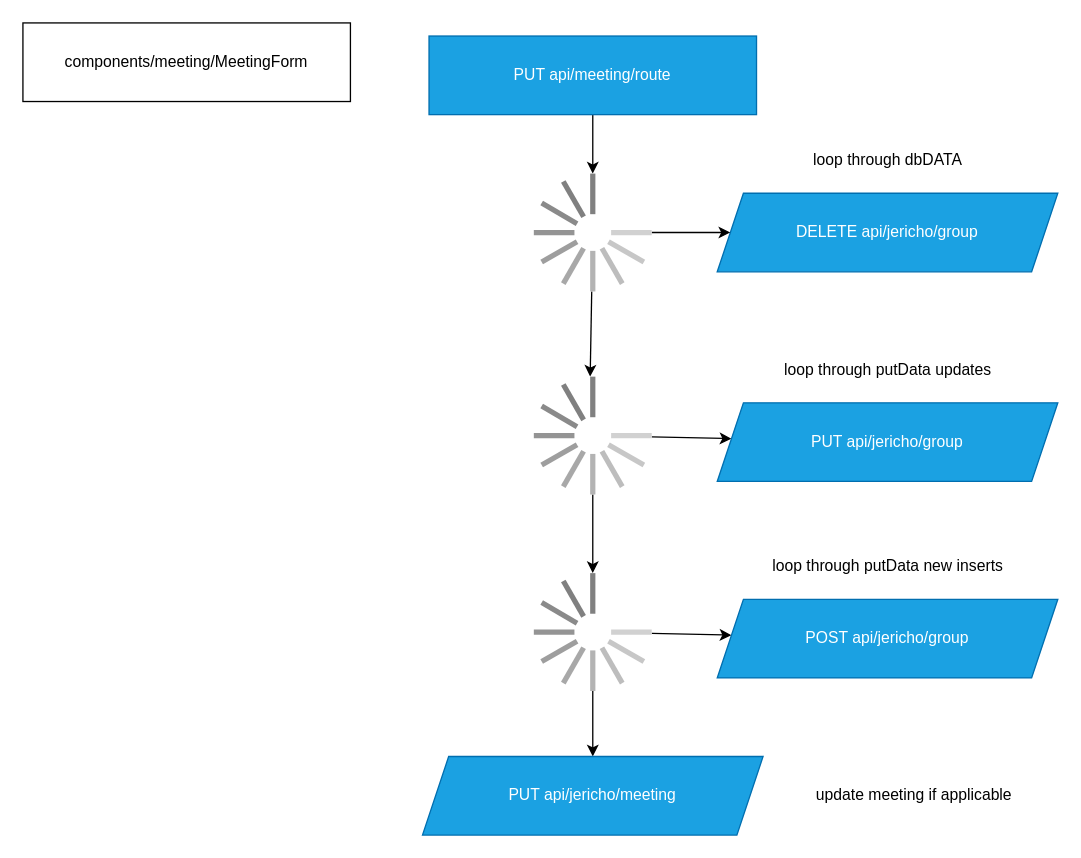
Before: page "Page-2" (2 of 2) of docs/meeterNext-MeetingGroups.drawio in danocolombo/meeterNextjs, a draw.io diagram. Source tidied: cells renumbered, new cells numbered last; positions are measured from the earlier drawing's top-left corner, leaving out a move shared by most shapes. Both pictures are drawn from the tidied source at 131%, with x=0, y=0 at pixel (22, 22).
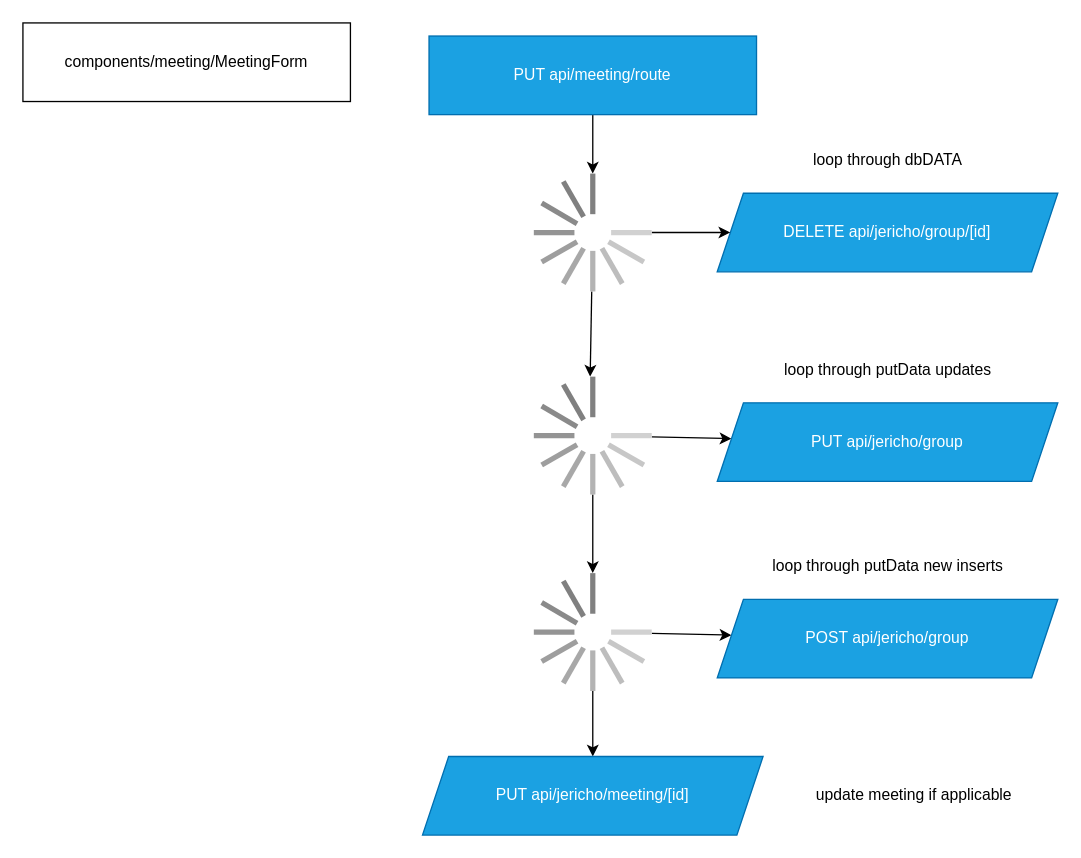
The same diagram, later.

Commit message (it also covers changes not shown here):
jericho api endpoint update work

The edit, as a diff of the source:
```diff
@@
-    <mxCell id="5" value="DELETE api/jericho/group" style="shape=parallelogram;perimeter=parallelogramPerimeter;whiteSpace=wrap;html=1;fixedSize=1;fillColor=#1ba1e2;strokeColor=#006EAF;fontColor=#ffffff;" parent="1" vertex="1">
+    <mxCell id="5" value="DELETE api/jericho/group/[id]" style="shape=parallelogram;perimeter=parallelogramPerimeter;whiteSpace=wrap;html=1;fixedSize=1;fillColor=#1ba1e2;strokeColor=#006EAF;fontColor=#ffffff;" parent="1" vertex="1">
       <mxGeometry x="530" y="130" width="260" height="60" as="geometry" />
     </mxCell>
@@
-    <mxCell id="20" value="PUT api/jericho/meeting" style="shape=parallelogram;perimeter=parallelogramPerimeter;whiteSpace=wrap;html=1;fixedSize=1;fillColor=#1ba1e2;strokeColor=#006EAF;fontColor=#ffffff;" parent="1" vertex="1">
+    <mxCell id="20" value="PUT api/jericho/meeting/[id]" style="shape=parallelogram;perimeter=parallelogramPerimeter;whiteSpace=wrap;html=1;fixedSize=1;fillColor=#1ba1e2;strokeColor=#006EAF;fontColor=#ffffff;" parent="1" vertex="1">
       <mxGeometry x="305" y="560" width="260" height="60" as="geometry" />
     </mxCell>
```
